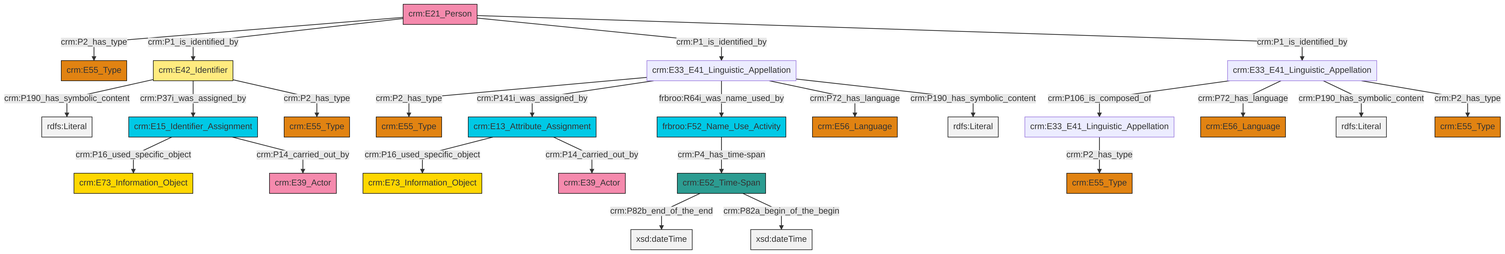
This is et/personCSV/ttl/mmd/png/Person_Names_and_Classification.png from swiss-art-research-net/docs.swissartresearch, a Mermaid export, as it was before one commit. Its source is kept beside it as et/personCSV/ttl/mmd/Person_Names_and_Classification.ttl.mmd.
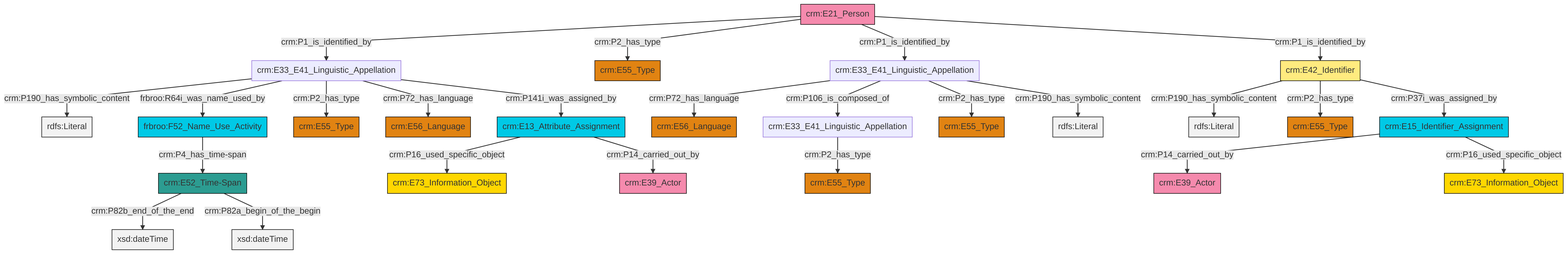
Above is the later version.

Diff of the diagram source:
```diff
@@ -13,27 +13,27 @@
 classDef PC_Classes fill:#4ce600, stroke:#000000;
 classDef Multi fill:#cccccc,stroke:#000000;
 
-2["crm:E42_Identifier"]:::Appellation -->|crm:P190_has_symbolic_content| 3[rdfs:Literal]:::Literal
-6["crm:E13_Attribute_Assignment"]:::Temporal_Entity -->|crm:P16_used_specific_object| 0["crm:E73_Information_Object"]:::Conceptual_Object
-7["crm:E21_Person"]:::Actor -->|crm:P2_has_type| 8["crm:E55_Type"]:::Type
-12["crm:E33_E41_Linguistic_Appellation"]:::Default -->|crm:P2_has_type| 13["crm:E55_Type"]:::Type
-2["crm:E42_Identifier"]:::Appellation -->|crm:P37i_was_assigned_by| 16["crm:E15_Identifier_Assignment"]:::Temporal_Entity
-17["crm:E33_E41_Linguistic_Appellation"]:::Default -->|crm:P2_has_type| 18["crm:E55_Type"]:::Type
-19["crm:E33_E41_Linguistic_Appellation"]:::Default -->|crm:P106_is_composed_of| 12["crm:E33_E41_Linguistic_Appellation"]:::Default
-7["crm:E21_Person"]:::Actor -->|crm:P1_is_identified_by| 2["crm:E42_Identifier"]:::Appellation
-17["crm:E33_E41_Linguistic_Appellation"]:::Default -->|crm:P141i_was_assigned_by| 6["crm:E13_Attribute_Assignment"]:::Temporal_Entity
-17["crm:E33_E41_Linguistic_Appellation"]:::Default -->|frbroo:R64i_was_name_used_by| 4["frbroo:F52_Name_Use_Activity"]:::Temporal_Entity
-19["crm:E33_E41_Linguistic_Appellation"]:::Default -->|crm:P72_has_language| 9["crm:E56_Language"]:::Type
-2["crm:E42_Identifier"]:::Appellation -->|crm:P2_has_type| 23["crm:E55_Type"]:::Type
-4["frbroo:F52_Name_Use_Activity"]:::Temporal_Entity -->|crm:P4_has_time-span| 27["crm:E52_Time-Span"]:::Time-Span
-16["crm:E15_Identifier_Assignment"]:::Temporal_Entity -->|crm:P16_used_specific_object| 28["crm:E73_Information_Object"]:::Conceptual_Object
-7["crm:E21_Person"]:::Actor -->|crm:P1_is_identified_by| 17["crm:E33_E41_Linguistic_Appellation"]:::Default
-17["crm:E33_E41_Linguistic_Appellation"]:::Default -->|crm:P72_has_language| 14["crm:E56_Language"]:::Type
-19["crm:E33_E41_Linguistic_Appellation"]:::Default -->|crm:P190_has_symbolic_content| 35[rdfs:Literal]:::Literal
-16["crm:E15_Identifier_Assignment"]:::Temporal_Entity -->|crm:P14_carried_out_by| 30["crm:E39_Actor"]:::Actor
-27["crm:E52_Time-Span"]:::Time-Span -->|crm:P82b_end_of_the_end| 40[xsd:dateTime]:::Literal
-19["crm:E33_E41_Linguistic_Appellation"]:::Default -->|crm:P2_has_type| 24["crm:E55_Type"]:::Type
-27["crm:E52_Time-Span"]:::Time-Span -->|crm:P82a_begin_of_the_begin| 42[xsd:dateTime]:::Literal
-6["crm:E13_Attribute_Assignment"]:::Temporal_Entity -->|crm:P14_carried_out_by| 38["crm:E39_Actor"]:::Actor
-17["crm:E33_E41_Linguistic_Appellation"]:::Default -->|crm:P190_has_symbolic_content| 45[rdfs:Literal]:::Literal
-7["crm:E21_Person"]:::Actor -->|crm:P1_is_identified_by| 19["crm:E33_E41_Linguistic_Appellation"]:::Default
+0["crm:E21_Person"]:::Actor -->|crm:P1_is_identified_by| 1["crm:E33_E41_Linguistic_Appellation"]:::Default
+8["crm:E15_Identifier_Assignment"]:::Temporal_Entity -->|crm:P14_carried_out_by| 9["crm:E39_Actor"]:::Actor
+8["crm:E15_Identifier_Assignment"]:::Temporal_Entity -->|crm:P16_used_specific_object| 12["crm:E73_Information_Object"]:::Conceptual_Object
+14["crm:E33_E41_Linguistic_Appellation"]:::Default -->|crm:P72_has_language| 15["crm:E56_Language"]:::Type
+1["crm:E33_E41_Linguistic_Appellation"]:::Default -->|crm:P190_has_symbolic_content| 18[rdfs:Literal]:::Literal
+19["crm:E42_Identifier"]:::Appellation -->|crm:P190_has_symbolic_content| 20[rdfs:Literal]:::Literal
+14["crm:E33_E41_Linguistic_Appellation"]:::Default -->|crm:P106_is_composed_of| 22["crm:E33_E41_Linguistic_Appellation"]:::Default
+0["crm:E21_Person"]:::Actor -->|crm:P2_has_type| 4["crm:E55_Type"]:::Type
+14["crm:E33_E41_Linguistic_Appellation"]:::Default -->|crm:P2_has_type| 24["crm:E55_Type"]:::Type
+19["crm:E42_Identifier"]:::Appellation -->|crm:P2_has_type| 25["crm:E55_Type"]:::Type
+27["crm:E52_Time-Span"]:::Time-Span -->|crm:P82b_end_of_the_end| 28[xsd:dateTime]:::Literal
+29["frbroo:F52_Name_Use_Activity"]:::Temporal_Entity -->|crm:P4_has_time-span| 27["crm:E52_Time-Span"]:::Time-Span
+1["crm:E33_E41_Linguistic_Appellation"]:::Default -->|frbroo:R64i_was_name_used_by| 29["frbroo:F52_Name_Use_Activity"]:::Temporal_Entity
+14["crm:E33_E41_Linguistic_Appellation"]:::Default -->|crm:P190_has_symbolic_content| 33[rdfs:Literal]:::Literal
+19["crm:E42_Identifier"]:::Appellation -->|crm:P37i_was_assigned_by| 8["crm:E15_Identifier_Assignment"]:::Temporal_Entity
+1["crm:E33_E41_Linguistic_Appellation"]:::Default -->|crm:P2_has_type| 30["crm:E55_Type"]:::Type
+22["crm:E33_E41_Linguistic_Appellation"]:::Default -->|crm:P2_has_type| 6["crm:E55_Type"]:::Type
+1["crm:E33_E41_Linguistic_Appellation"]:::Default -->|crm:P72_has_language| 37["crm:E56_Language"]:::Type
+10["crm:E13_Attribute_Assignment"]:::Temporal_Entity -->|crm:P16_used_specific_object| 35["crm:E73_Information_Object"]:::Conceptual_Object
+10["crm:E13_Attribute_Assignment"]:::Temporal_Entity -->|crm:P14_carried_out_by| 2["crm:E39_Actor"]:::Actor
+0["crm:E21_Person"]:::Actor -->|crm:P1_is_identified_by| 14["crm:E33_E41_Linguistic_Appellation"]:::Default
+0["crm:E21_Person"]:::Actor -->|crm:P1_is_identified_by| 19["crm:E42_Identifier"]:::Appellation
+1["crm:E33_E41_Linguistic_Appellation"]:::Default -->|crm:P141i_was_assigned_by| 10["crm:E13_Attribute_Assignment"]:::Temporal_Entity
+27["crm:E52_Time-Span"]:::Time-Span -->|crm:P82a_begin_of_the_begin| 46[xsd:dateTime]:::Literal
```
